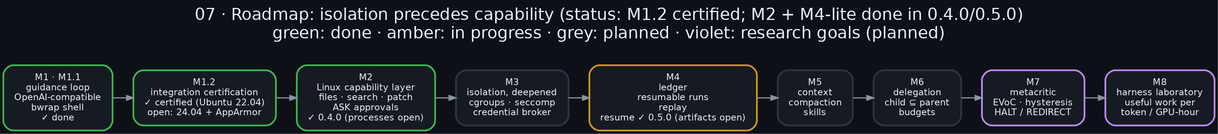
Above: docs/diagrams/07_roadmap.png in danindiana/malyutka (Graphviz), before the change. Its source is kept beside it as docs/diagrams/07_roadmap.dot.
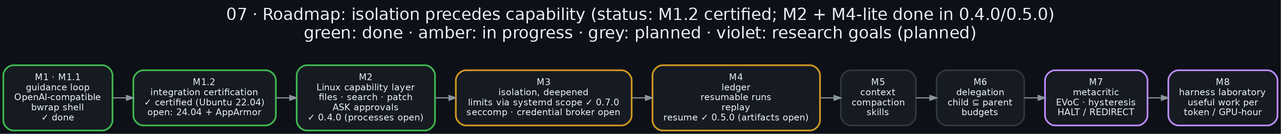
Later version of the same file.

The edit, as a diff of the source:
```diff
@@ -8,7 +8,7 @@
     m1  [label="M1 · M1.1\nguidance loop\nOpenAI-compatible\nbwrap shell\n✓ done", color="#3fb950"];
     m12 [label="M1.2\nintegration certification\n✓ certified (Ubuntu 22.04)\nopen: 24.04 + AppArmor", color="#3fb950"];
     m2  [label="M2\nLinux capability layer\nfiles · search · patch\nASK approvals\n✓ 0.4.0 (processes open)", color="#3fb950"];
-    m3  [label="M3\nisolation, deepened\ncgroups · seccomp\ncredential broker", color="#30363d"];
+    m3  [label="M3\nisolation, deepened\nlimits via systemd scope ✓ 0.7.0\nseccomp · credential broker open", color="#d29922"];
     m4  [label="M4\nledger\nresumable runs\nreplay\nresume ✓ 0.5.0 (artifacts open)", color="#d29922"];
     m5  [label="M5\ncontext\ncompaction\nskills", color="#30363d"];
     m6  [label="M6\ndelegation\nchild ⊆ parent\nbudgets", color="#30363d"];
```
